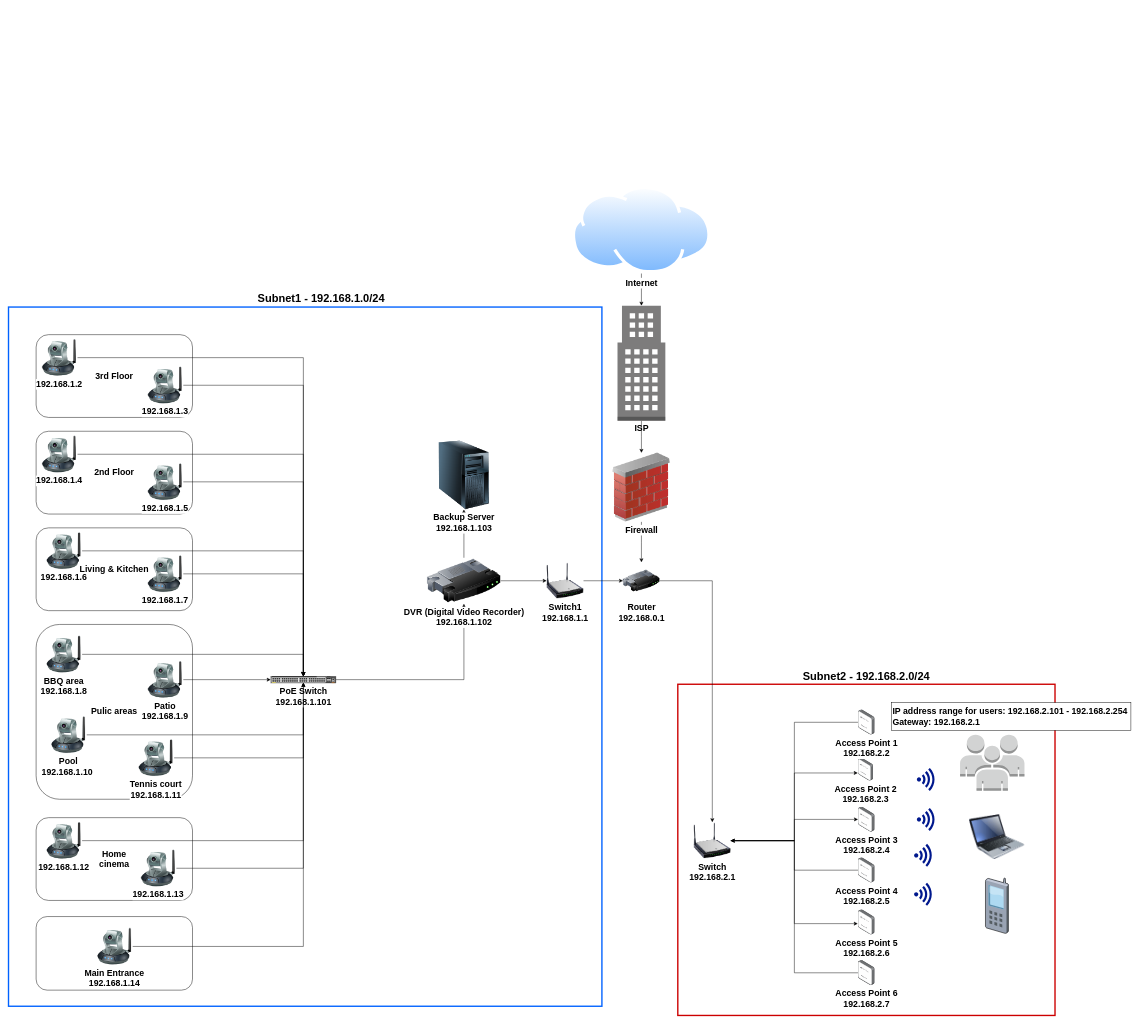
tamir-cqu/diagrams keeps this draw.io diagram as Group.drawio. Above is the earlier version. Source tidied: cells renumbered, new cells numbered last; positions are measured from the earlier drawing's top-left corner, leaving out a move shared by most shapes. Both pictures are drawn from the tidied source at 46%, with x=0, y=0 at pixel (8, 186).
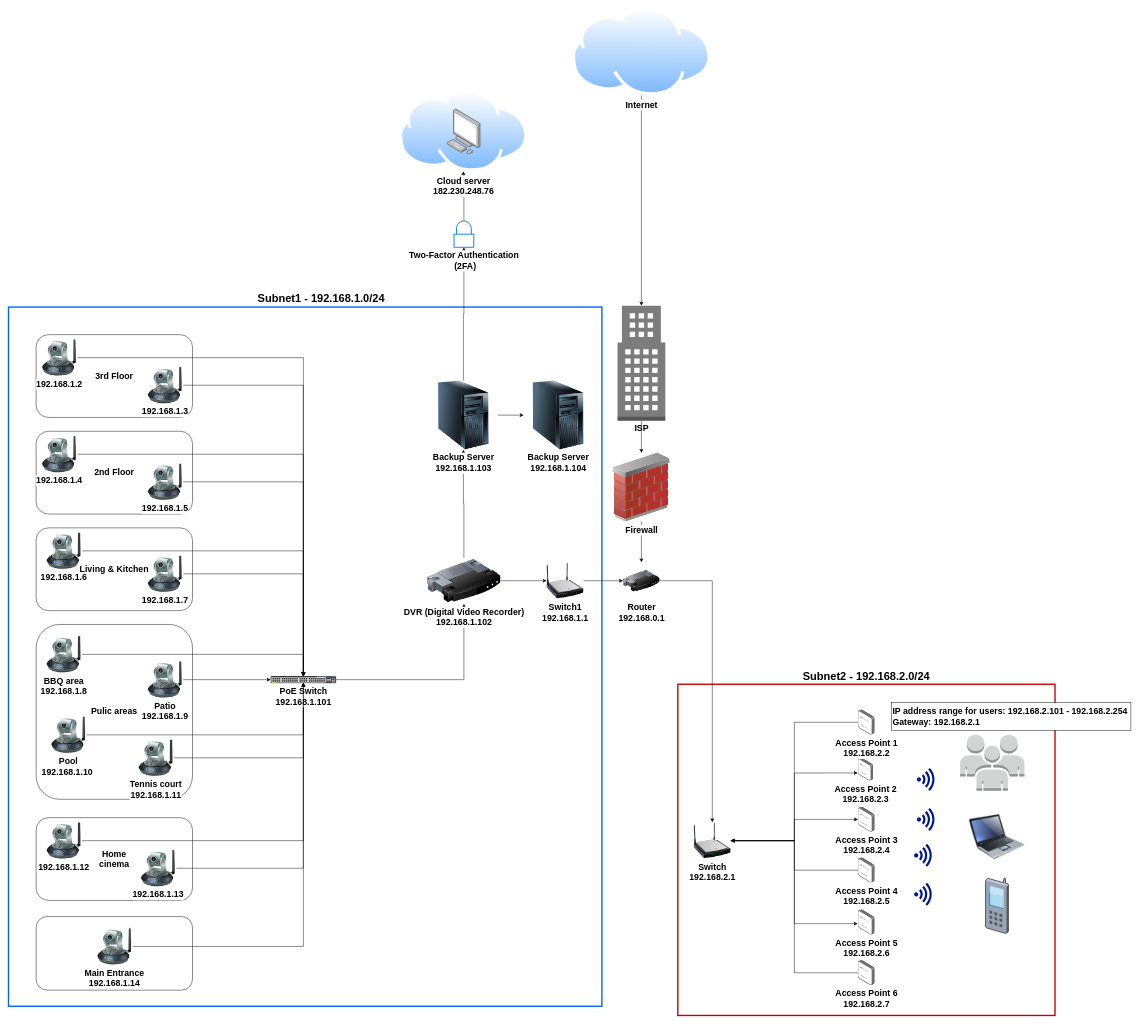
The same page after the edit.

Change to the diagram source:
```diff
@@
+    <mxCell id="84" style="edgeStyle=orthogonalEdgeStyle;rounded=0;jettySize=auto;html=1;" parent="1" edge="1" source="91" target="87">
+      <mxGeometry relative="1" as="geometry" />
+    </mxCell>
+    <mxCell id="85" style="edgeStyle=orthogonalEdgeStyle;rounded=0;jettySize=auto;html=1;entryX=0;entryY=0.5;entryDx=0;entryDy=0;" parent="1" edge="1" source="35" target="89">
+      <mxGeometry relative="1" as="geometry" />
+    </mxCell>
     <mxCell id="35" value="Backup Server&lt;br style=&quot;font-size: 19px;&quot;&gt;192.168.1.103" style="image;html=1;image=img/lib/clip_art/computers/Server_Tower_128x128.png;fontSize=19;fontStyle=1;labelBackgroundColor=default;" parent="1" vertex="1">
-      <mxGeometry x="915" y="553" width="150" height="150" as="geometry" />
+      <mxGeometry x="913.9" y="423" width="150" height="150" as="geometry" />
     </mxCell>
@@
     <mxCell id="39" value="Internet" style="image;perimeter=ellipsePerimeter;html=1;align=center;shadow=0;dashed=0;spacingTop=3;image=img/lib/active_directory/internet_cloud.svg;fontSize=19;fontStyle=1;" parent="1" vertex="1">
-      <mxGeometry x="1225" width="301.8" height="190.1" as="geometry" />
+      <mxGeometry x="1225" y="-387" width="301.8" height="190.1" as="geometry" />
     </mxCell>
@@
+    <mxCell id="86" style="group;" parent="1" vertex="1">
+      <mxGeometry x="850" y="-207" width="300" height="182.5" as="geometry" />
+    </mxCell>
+    <mxCell id="87" value="&lt;font style=&quot;&quot;&gt;&lt;b style=&quot;font-size: 19px;&quot;&gt;Cloud server&lt;/b&gt;&lt;br&gt;&lt;b&gt;&lt;font style=&quot;font-size: 19px;&quot;&gt;182.230.248.76&lt;/font&gt;&lt;/b&gt;&lt;br&gt;&lt;/font&gt;" style="image;perimeter=ellipsePerimeter;html=1;align=center;shadow=0;dashed=0;spacingTop=3;image=img/lib/active_directory/internet_cloud.svg;" parent="86" vertex="1">
+      <mxGeometry width="277.8" height="175" as="geometry" />
+    </mxCell>
+    <mxCell id="88" style="image;html=1;align=center;shadow=0;dashed=0;image=img/lib/allied_telesis/computer_and_terminals/Personal_Computer.svg;" parent="86" vertex="1">
+      <mxGeometry x="103.8" y="39.5" width="73.2" height="99.2" as="geometry" />
+    </mxCell>
+    <mxCell id="89" value="Backup Server&lt;br style=&quot;font-size: 19px;&quot;&gt;192.168.1.104" style="image;html=1;image=img/lib/clip_art/computers/Server_Tower_128x128.png;fontSize=19;fontStyle=1;labelBackgroundColor=default;" parent="1" vertex="1">
+      <mxGeometry x="1120" y="423" width="150" height="150" as="geometry" />
+    </mxCell>
+    <mxCell id="90" style="edgeStyle=orthogonalEdgeStyle;rounded=0;jettySize=auto;html=1;" parent="1" edge="1" source="35" target="91">
+      <mxGeometry relative="1" as="geometry" />
+    </mxCell>
+    <mxCell id="91" value="&lt;font style=&quot;font-size: 19px;&quot;&gt;&lt;b&gt;Two-Factor Authentication&lt;br&gt;&amp;nbsp;(2FA)&lt;/b&gt;&lt;/font&gt;" style="html=1;verticalLabelPosition=bottom;align=center;labelBackgroundColor=#ffffff;verticalAlign=top;strokeWidth=2;strokeColor=#0080F0;shadow=0;dashed=0;shape=mxgraph.ios7.icons.locked;" parent="1" vertex="1">
+      <mxGeometry x="968.5" y="76" width="43" height="57" as="geometry" />
+    </mxCell>
```
